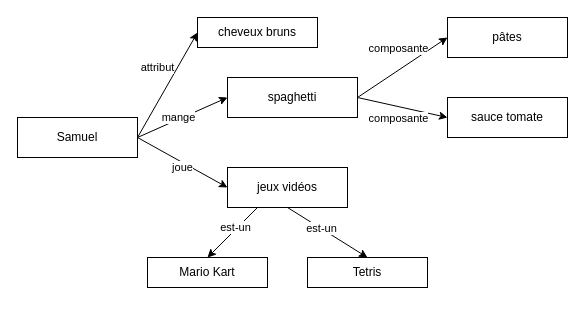
sdion082/CSI4506-Datasets keeps this draw.io diagram as Untitled Diagram.drawio. Above is the earlier version. Source tidied: cells renumbered, new cells numbered last; positions are measured from the earlier drawing's top-left corner, leaving out a move shared by most shapes. Both pictures are drawn from the tidied source at 100%, with x=0, y=0 at pixel (17, 17).
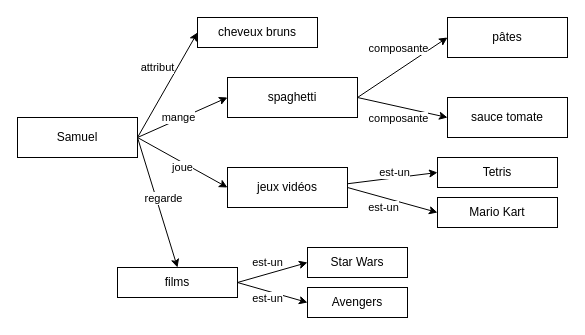
The same diagram, later.

The change refers to these unchanged cells:
```xml
<mxCell id="8" value="Samuel" style="rounded=0;whiteSpace=wrap;html=1;" parent="1" vertex="1">
  <mxGeometry y="100" width="120" height="40" as="geometry" />
</mxCell>
<mxCell id="20" value="jeux vidéos" style="rounded=0;whiteSpace=wrap;html=1;" parent="1" vertex="1">
  <mxGeometry x="210" y="150" width="120" height="40" as="geometry" />
</mxCell>
```

Change to the diagram source:
```diff
@@
+    <mxCell id="24" style="rounded=0;jettySize=auto;html=1;exitX=1;exitY=0.5;exitDx=0;exitDy=0;entryX=0.5;entryY=0;entryDx=0;entryDy=0;" parent="1" edge="1" source="8" target="30">
+      <mxGeometry relative="1" as="geometry" />
+    </mxCell>
+    <mxCell id="25" value="regarde" style="edgeLabel;html=1;align=center;verticalAlign=middle;" parent="24" vertex="1">
+      <mxGeometry x="-0.09" y="-2" relative="1" as="geometry">
+        <mxPoint x="9" y="1" as="offset" />
+      </mxGeometry>
+    </mxCell>
@@
-    <mxCell id="16" style="rounded=0;jettySize=auto;html=1;exitX=0.25;exitY=1;exitDx=0;exitDy=0;entryX=0.5;entryY=0;entryDx=0;entryDy=0;" parent="1" edge="1" source="20" target="21">
+    <mxCell id="16" style="rounded=0;jettySize=auto;html=1;exitX=1;exitY=0.5;exitDx=0;exitDy=0;entryX=0;entryY=0.5;entryDx=0;entryDy=0;" parent="1" edge="1" source="20" target="21">
       <mxGeometry relative="1" as="geometry" />
     </mxCell>
     <mxCell id="17" value="est-un" style="edgeLabel;html=1;align=center;verticalAlign=middle;" parent="16" vertex="1">
-      <mxGeometry x="-0.14" y="-2" relative="1" as="geometry" />
+      <mxGeometry x="-0.14" y="-2" relative="1" as="geometry">
+        <mxPoint x="-3" y="7" as="offset" />
+      </mxGeometry>
     </mxCell>
-    <mxCell id="18" style="rounded=0;jettySize=auto;html=1;exitX=0.5;exitY=1;exitDx=0;exitDy=0;entryX=0.5;entryY=0;entryDx=0;entryDy=0;" parent="1" edge="1" source="20" target="22">
-      <mxGeometry relative="1" as="geometry" />
+    <mxCell id="18" style="rounded=0;jettySize=auto;html=1;exitX=1;exitY=0.5;exitDx=0;exitDy=0;entryX=0;entryY=0.5;entryDx=0;entryDy=0;" parent="1" edge="1" target="22">
+      <mxGeometry relative="1" as="geometry">
+        <mxPoint x="300" y="170" as="sourcePoint" />
+      </mxGeometry>
     </mxCell>
     <mxCell id="19" value="est-un" style="edgeLabel;html=1;align=center;verticalAlign=middle;" parent="18" vertex="1">
-      <mxGeometry x="-0.17" relative="1" as="geometry" />
+      <mxGeometry x="-0.17" relative="1" as="geometry">
+        <mxPoint x="27" y="-9" as="offset" />
+      </mxGeometry>
     </mxCell>
@@
     <mxCell id="21" value="Mario Kart" style="rounded=0;whiteSpace=wrap;html=1;" parent="1" vertex="1">
-      <mxGeometry x="130" y="240" width="120" height="30" as="geometry" />
+      <mxGeometry x="420" y="180" width="120" height="30" as="geometry" />
     </mxCell>
     <mxCell id="22" value="Tetris" style="rounded=0;whiteSpace=wrap;html=1;" parent="1" vertex="1">
-      <mxGeometry x="290" y="240" width="120" height="30" as="geometry" />
+      <mxGeometry x="420" y="140" width="120" height="30" as="geometry" />
     </mxCell>
@@
+    <mxCell id="26" style="rounded=0;jettySize=auto;html=1;exitX=1;exitY=0.5;exitDx=0;exitDy=0;entryX=0;entryY=0.5;entryDx=0;entryDy=0;" parent="1" edge="1" source="30" target="31">
+      <mxGeometry relative="1" as="geometry" />
+    </mxCell>
+    <mxCell id="27" value="est-un" style="edgeLabel;html=1;align=center;verticalAlign=middle;" parent="26" vertex="1">
+      <mxGeometry x="-0.38" y="1" relative="1" as="geometry">
+        <mxPoint x="8" y="-13" as="offset" />
+      </mxGeometry>
+    </mxCell>
+    <mxCell id="28" style="rounded=0;jettySize=auto;html=1;exitX=1;exitY=0.5;exitDx=0;exitDy=0;entryX=0;entryY=0.5;entryDx=0;entryDy=0;" parent="1" edge="1" source="30" target="32">
+      <mxGeometry relative="1" as="geometry" />
+    </mxCell>
+    <mxCell id="29" value="est-un" style="edgeLabel;html=1;align=center;verticalAlign=middle;" parent="28" vertex="1">
+      <mxGeometry x="-0.26" relative="1" as="geometry">
+        <mxPoint x="4" y="8" as="offset" />
+      </mxGeometry>
+    </mxCell>
+    <mxCell id="30" value="films" style="rounded=0;whiteSpace=wrap;html=1;" parent="1" vertex="1">
+      <mxGeometry x="100" y="250" width="120" height="30" as="geometry" />
+    </mxCell>
+    <mxCell id="31" value="Star Wars" style="rounded=0;whiteSpace=wrap;html=1;" parent="1" vertex="1">
+      <mxGeometry x="290" y="230" width="100" height="30" as="geometry" />
+    </mxCell>
+    <mxCell id="32" value="Avengers" style="rounded=0;whiteSpace=wrap;html=1;" parent="1" vertex="1">
+      <mxGeometry x="290" y="270" width="100" height="30" as="geometry" />
+    </mxCell>
```
